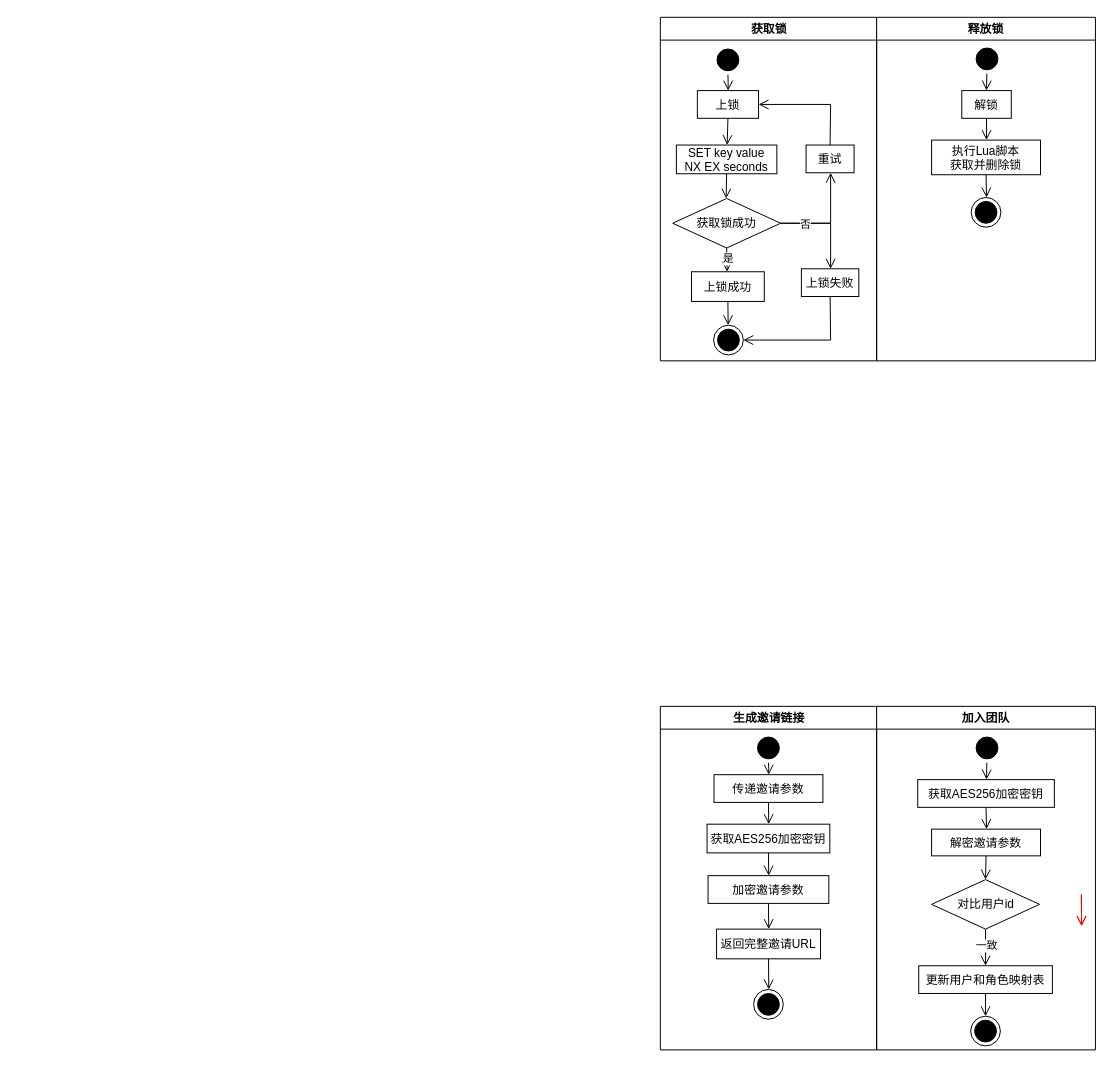
Earlier version of the draw.io diagram 分布式锁.drawio (come-on-reader/draw-io). Source tidied: cells renumbered, new cells numbered last; positions are measured from the earlier drawing's top-left corner, leaving out a move shared by most shapes. Both pictures are drawn from the tidied source at 99%, with x=0, y=0 at pixel (659, 17).
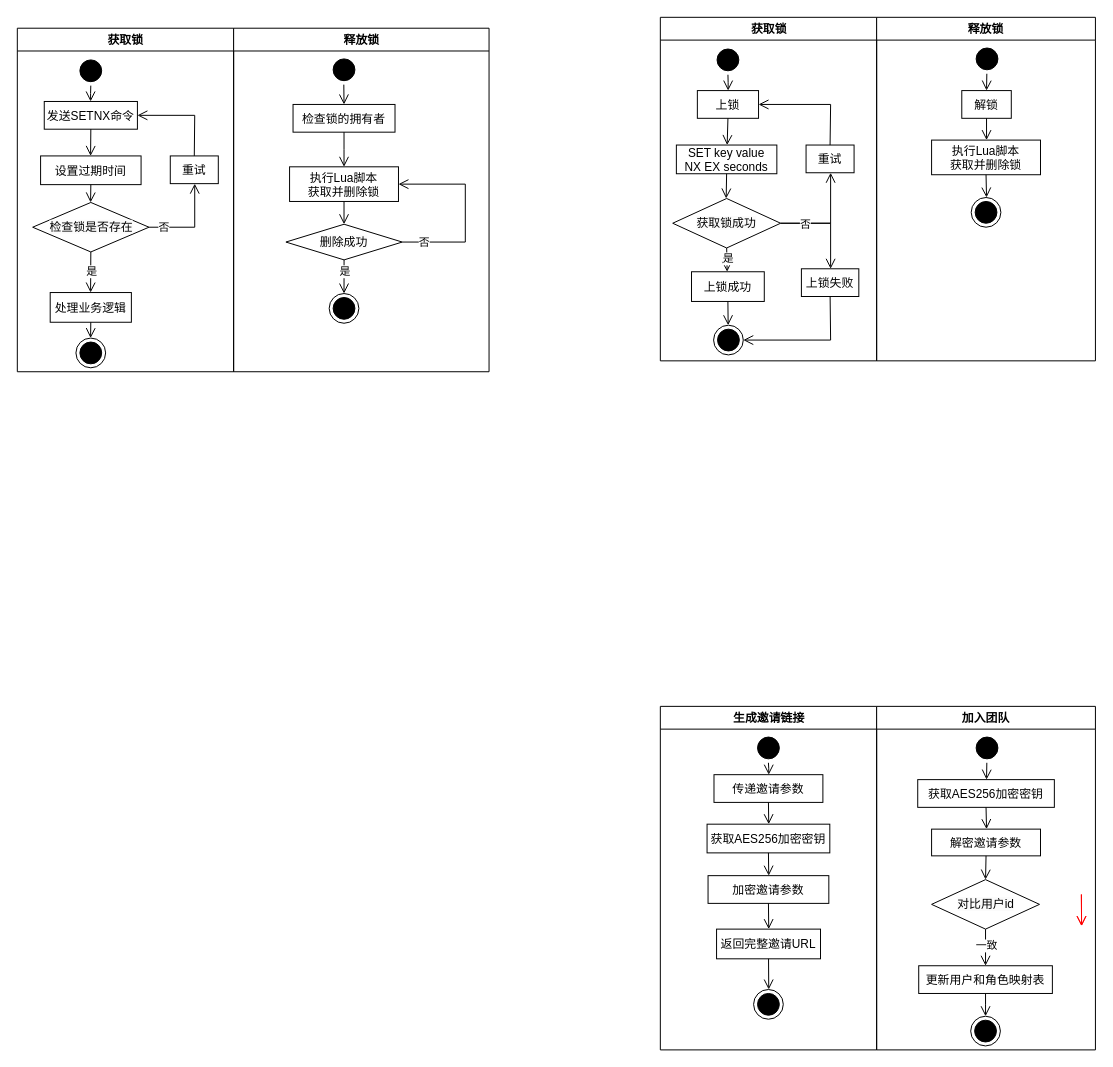
The same diagram, later.

Commit message:
更新分布式锁.drawio

The edit, as a diff of the source:
```diff
@@
+    <mxCell id="57" value="获取锁" style="swimlane;whiteSpace=wrap;startSize=23;fontColor=default;labelBorderColor=none;" parent="1" vertex="1">
+      <mxGeometry x="-649" y="11" width="218.5" height="347" as="geometry" />
+    </mxCell>
+    <mxCell id="58" style="ellipse;shape=startState;fillColor=#000000;strokeColor=#000000;fontColor=default;labelBorderColor=none;" parent="57" vertex="1">
+      <mxGeometry x="59.2" y="28" width="30" height="30" as="geometry" />
+    </mxCell>
+    <mxCell id="59" style="edgeStyle=elbowEdgeStyle;elbow=horizontal;verticalAlign=bottom;endArrow=open;endSize=8;strokeColor=#000000;endFill=1;rounded=0;fontColor=default;labelBorderColor=none;" parent="57" edge="1" source="58" target="60">
+      <mxGeometry x="100" y="40" as="geometry" />
+    </mxCell>
+    <mxCell id="60" value="发送SETNX命令" style="strokeColor=#000000;fontColor=default;labelBorderColor=none;" parent="57" vertex="1">
+      <mxGeometry x="27.2" y="74" width="94.1" height="28" as="geometry" />
+    </mxCell>
+    <mxCell id="61" value="设置过期时间" style="strokeColor=#000000;fontColor=default;labelBorderColor=none;" parent="57" vertex="1">
+      <mxGeometry x="23.5" y="129" width="101.5" height="29" as="geometry" />
+    </mxCell>
+    <mxCell id="62" style="ellipse;shape=endState;fillColor=#000000;strokeColor=#000000;fontColor=default;labelBorderColor=none;" parent="57" vertex="1">
+      <mxGeometry x="59.2" y="313" width="30" height="30" as="geometry" />
+    </mxCell>
+    <mxCell id="63" style="edgeStyle=elbowEdgeStyle;elbow=horizontal;verticalAlign=bottom;endArrow=open;endSize=8;strokeColor=#000000;endFill=1;rounded=0;exitX=0.5;exitY=1;exitDx=0;exitDy=0;entryX=0.5;entryY=0;entryDx=0;entryDy=0;fontColor=default;labelBorderColor=none;" parent="57" edge="1" source="60" target="61">
+      <mxGeometry x="-64.5" y="-88" as="geometry" />
+    </mxCell>
+    <mxCell id="64" value="处理业务逻辑" style="strokeColor=#000000;fontColor=default;labelBorderColor=none;" parent="57" vertex="1">
+      <mxGeometry x="33.2" y="267" width="82" height="30" as="geometry" />
+    </mxCell>
+    <mxCell id="65" style="edgeStyle=elbowEdgeStyle;elbow=horizontal;verticalAlign=bottom;endArrow=open;endSize=8;strokeColor=#000000;endFill=1;rounded=0;exitX=0.5;exitY=1;exitDx=0;exitDy=0;entryX=0.5;entryY=0;entryDx=0;entryDy=0;fontColor=default;labelBorderColor=none;" parent="57" edge="1" source="64" target="62">
+      <mxGeometry x="-393.5" y="-344" as="geometry" />
+    </mxCell>
+    <mxCell id="66" value="&lt;span style=&quot;font-family: Helvetica; font-size: 12px; font-style: normal; font-variant-ligatures: normal; font-variant-caps: normal; font-weight: 400; letter-spacing: normal; orphans: 2; text-align: center; text-indent: 0px; text-transform: none; widows: 2; word-spacing: 0px; -webkit-text-stroke-width: 0px; white-space: nowrap; background-color: rgb(251, 251, 251); text-decoration-thickness: initial; text-decoration-style: initial; text-decoration-color: initial; float: none; display: inline !important;&quot;&gt;检查锁是否存在&lt;/span&gt;" style="rhombus;whiteSpace=wrap;html=1;strokeColor=#000000;fontColor=default;labelBorderColor=none;" parent="57" vertex="1">
+      <mxGeometry x="15.5" y="176" width="117.5" height="50" as="geometry" />
+    </mxCell>
+    <mxCell id="67" style="edgeStyle=elbowEdgeStyle;elbow=horizontal;verticalAlign=bottom;endArrow=open;endSize=8;strokeColor=#000000;endFill=1;rounded=0;exitX=0.5;exitY=1;exitDx=0;exitDy=0;entryX=0.5;entryY=0;entryDx=0;entryDy=0;fontColor=default;labelBorderColor=none;" parent="57" edge="1" source="61" target="66">
+      <mxGeometry x="-229" y="480" as="geometry" />
+    </mxCell>
+    <mxCell id="68" style="edgeStyle=elbowEdgeStyle;elbow=horizontal;verticalAlign=bottom;endArrow=open;endSize=8;strokeColor=#000000;endFill=1;rounded=0;exitX=0.5;exitY=1;exitDx=0;exitDy=0;fontColor=default;labelBorderColor=none;" parent="57" edge="1" source="66" target="64">
+      <mxGeometry x="-393.5" y="1048" as="geometry" />
+    </mxCell>
+    <mxCell id="69" value="是" style="edgeLabel;html=1;align=center;verticalAlign=middle;" parent="68" vertex="1">
+      <mxGeometry relative="1" as="geometry">
+        <mxPoint y="-1" as="offset" />
+      </mxGeometry>
+    </mxCell>
+    <mxCell id="70" value="重试" style="strokeColor=#000000;fontColor=default;labelBorderColor=none;" parent="57" vertex="1">
+      <mxGeometry x="154.5" y="129" width="48.5" height="28" as="geometry" />
+    </mxCell>
+    <mxCell id="71" style="edgeStyle=elbowEdgeStyle;elbow=horizontal;verticalAlign=bottom;endArrow=open;endSize=8;strokeColor=#000000;endFill=1;rounded=0;exitX=1;exitY=0.5;exitDx=0;exitDy=0;entryX=0.5;entryY=1;entryDx=0;entryDy=0;fontColor=default;labelBorderColor=none;" parent="57" edge="1" source="66" target="70">
+      <mxGeometry x="-393.5" y="1048" as="geometry">
+        <Array as="points">
+          <mxPoint x="179.2" y="182" />
+        </Array>
+      </mxGeometry>
+    </mxCell>
+    <mxCell id="72" value="否" style="edgeLabel;html=1;align=center;verticalAlign=middle;" parent="71" vertex="1">
+      <mxGeometry relative="1" as="geometry">
+        <mxPoint x="-31" y="-1" as="offset" />
+      </mxGeometry>
+    </mxCell>
+    <mxCell id="73" style="edgeStyle=elbowEdgeStyle;elbow=horizontal;verticalAlign=bottom;endArrow=open;endSize=8;strokeColor=#000000;endFill=1;rounded=0;exitX=0.5;exitY=0;exitDx=0;exitDy=0;entryX=1;entryY=0.5;entryDx=0;entryDy=0;fontColor=default;labelBorderColor=none;" parent="57" edge="1" source="70" target="60">
+      <mxGeometry x="-887" y="2752" as="geometry">
+        <Array as="points">
+          <mxPoint x="179.2" y="81" />
+        </Array>
+      </mxGeometry>
+    </mxCell>
+    <mxCell id="74" value="释放锁" style="swimlane;whiteSpace=wrap;fontColor=default;labelBorderColor=none;" parent="1" vertex="1">
+      <mxGeometry x="-430.5" y="11" width="258" height="347" as="geometry" />
+    </mxCell>
+    <mxCell id="75" style="ellipse;shape=endState;fillColor=#000000;strokeColor=#000000;fontColor=default;labelBorderColor=none;" parent="74" vertex="1">
+      <mxGeometry x="96.5" y="268" width="30" height="30" as="geometry" />
+    </mxCell>
+    <mxCell id="76" style="ellipse;shape=startState;fillColor=#000000;strokeColor=#000000;fontColor=default;labelBorderColor=none;" parent="74" vertex="1">
+      <mxGeometry x="96.5" y="27" width="30" height="30" as="geometry" />
+    </mxCell>
+    <mxCell id="77" value="检查锁的拥有者" style="strokeColor=#000000;fontColor=default;labelBorderColor=none;" parent="74" vertex="1">
+      <mxGeometry x="60" y="77" width="103" height="28" as="geometry" />
+    </mxCell>
+    <mxCell id="78" value="执行Lua脚本&#10;获取并删除锁" style="strokeColor=#000000;fontColor=default;labelBorderColor=none;" parent="74" vertex="1">
+      <mxGeometry x="56.5" y="140" width="110" height="35" as="geometry" />
+    </mxCell>
+    <mxCell id="79" style="edgeStyle=elbowEdgeStyle;elbow=horizontal;verticalAlign=bottom;endArrow=open;endSize=8;strokeColor=#000000;endFill=1;rounded=0;entryX=0.5;entryY=0;entryDx=0;entryDy=0;fontColor=default;labelBorderColor=none;" parent="74" edge="1" target="77">
+      <mxGeometry x="-345" y="-88" as="geometry">
+        <mxPoint x="111.3" y="57" as="sourcePoint" />
+      </mxGeometry>
+    </mxCell>
+    <mxCell id="80" style="edgeStyle=elbowEdgeStyle;elbow=horizontal;verticalAlign=bottom;endArrow=open;endSize=8;strokeColor=#000000;endFill=1;rounded=0;exitX=0.5;exitY=1;exitDx=0;exitDy=0;entryX=0.5;entryY=0;entryDx=0;entryDy=0;fontColor=default;labelBorderColor=none;" parent="74" edge="1" source="77" target="78">
+      <mxGeometry x="-509.5" y="-216" as="geometry" />
+    </mxCell>
+    <mxCell id="81" style="edgeStyle=elbowEdgeStyle;elbow=horizontal;verticalAlign=bottom;endArrow=open;endSize=8;strokeColor=#000000;endFill=1;rounded=0;exitX=0.5;exitY=1;exitDx=0;exitDy=0;fontColor=default;labelBorderColor=none;entryX=0.5;entryY=0;entryDx=0;entryDy=0;" parent="74" edge="1" source="78" target="82">
+      <mxGeometry x="-954.5" y="-344" as="geometry" />
+    </mxCell>
+    <mxCell id="82" value="&lt;span style=&quot;font-family: Helvetica; font-size: 12px; font-style: normal; font-variant-ligatures: normal; font-variant-caps: normal; font-weight: 400; letter-spacing: normal; orphans: 2; text-align: center; text-indent: 0px; text-transform: none; widows: 2; word-spacing: 0px; -webkit-text-stroke-width: 0px; white-space: nowrap; background-color: rgb(251, 251, 251); text-decoration-thickness: initial; text-decoration-style: initial; text-decoration-color: initial; float: none; display: inline !important;&quot;&gt;删除成功&lt;/span&gt;" style="rhombus;whiteSpace=wrap;html=1;strokeColor=#000000;fontColor=default;labelBorderColor=none;" parent="74" vertex="1">
+      <mxGeometry x="52.8" y="198" width="117.5" height="36" as="geometry" />
+    </mxCell>
+    <mxCell id="83" style="edgeStyle=elbowEdgeStyle;elbow=horizontal;verticalAlign=bottom;endArrow=open;endSize=8;strokeColor=#000000;endFill=1;rounded=0;exitX=0.5;exitY=1;exitDx=0;exitDy=0;fontColor=default;labelBorderColor=none;entryX=0.5;entryY=0;entryDx=0;entryDy=0;" parent="74" edge="1" source="82" target="75">
+      <mxGeometry x="-688" y="213" as="geometry" />
+    </mxCell>
+    <mxCell id="84" value="是" style="edgeLabel;html=1;align=center;verticalAlign=middle;" parent="83" vertex="1">
+      <mxGeometry relative="1" as="geometry">
+        <mxPoint y="-5" as="offset" />
+      </mxGeometry>
+    </mxCell>
+    <mxCell id="85" style="edgeStyle=elbowEdgeStyle;elbow=horizontal;verticalAlign=bottom;endArrow=open;endSize=8;strokeColor=#000000;endFill=1;rounded=0;fontColor=default;labelBorderColor=none;entryX=1;entryY=0.5;entryDx=0;entryDy=0;exitX=1;exitY=0.5;exitDx=0;exitDy=0;" parent="74" edge="1" source="82" target="78">
+      <mxGeometry x="-688" y="213" as="geometry">
+        <Array as="points">
+          <mxPoint x="234" y="187" />
+        </Array>
+      </mxGeometry>
+    </mxCell>
+    <mxCell id="86" value="否" style="edgeLabel;html=1;align=center;verticalAlign=middle;" parent="85" vertex="1">
+      <mxGeometry relative="1" as="geometry">
+        <mxPoint x="-42" y="31" as="offset" />
+      </mxGeometry>
+    </mxCell>
```
